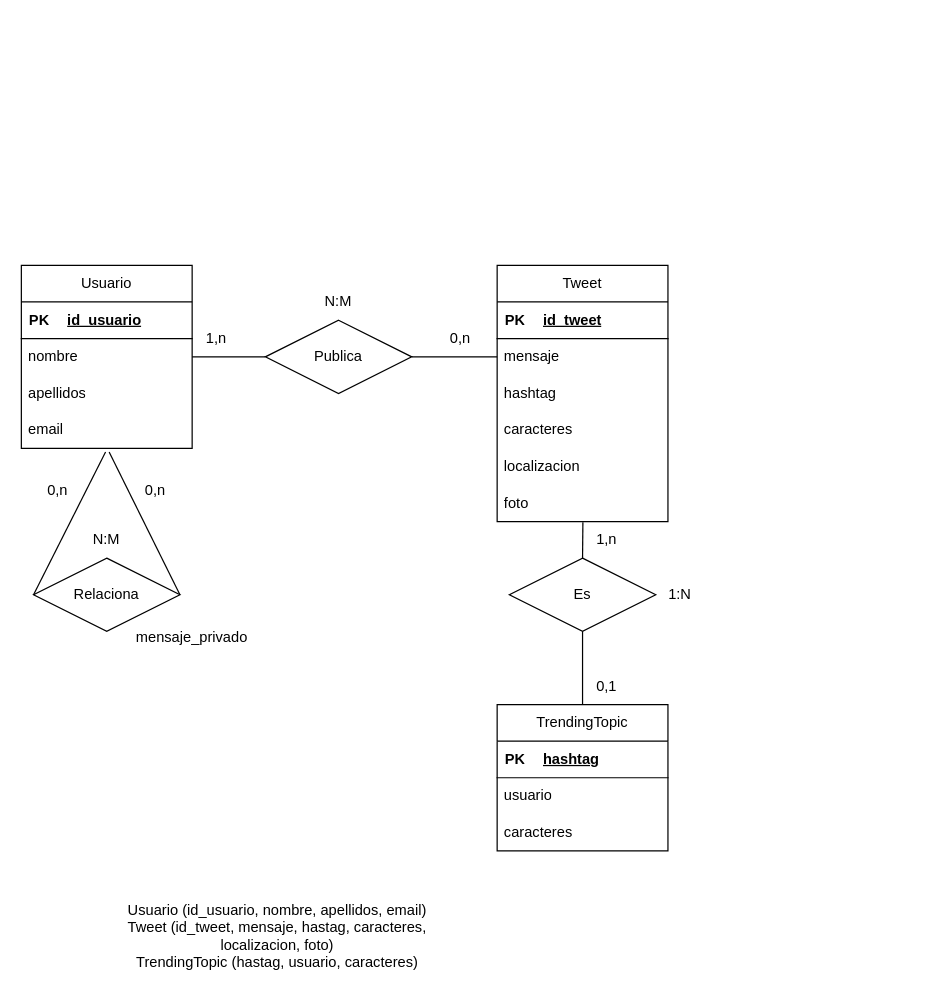
Daninuro/diagrames-cvf-dn-mpl-n-11102023 keeps this draw.io diagram as Ejercicio16.drawio. Above is the earlier version. Source tidied: cells renumbered, new cells numbered last; positions are measured from the earlier drawing's top-left corner, leaving out a move shared by most shapes. Both pictures are drawn from the tidied source at 122%, with x=0, y=0 at pixel (21, 265).
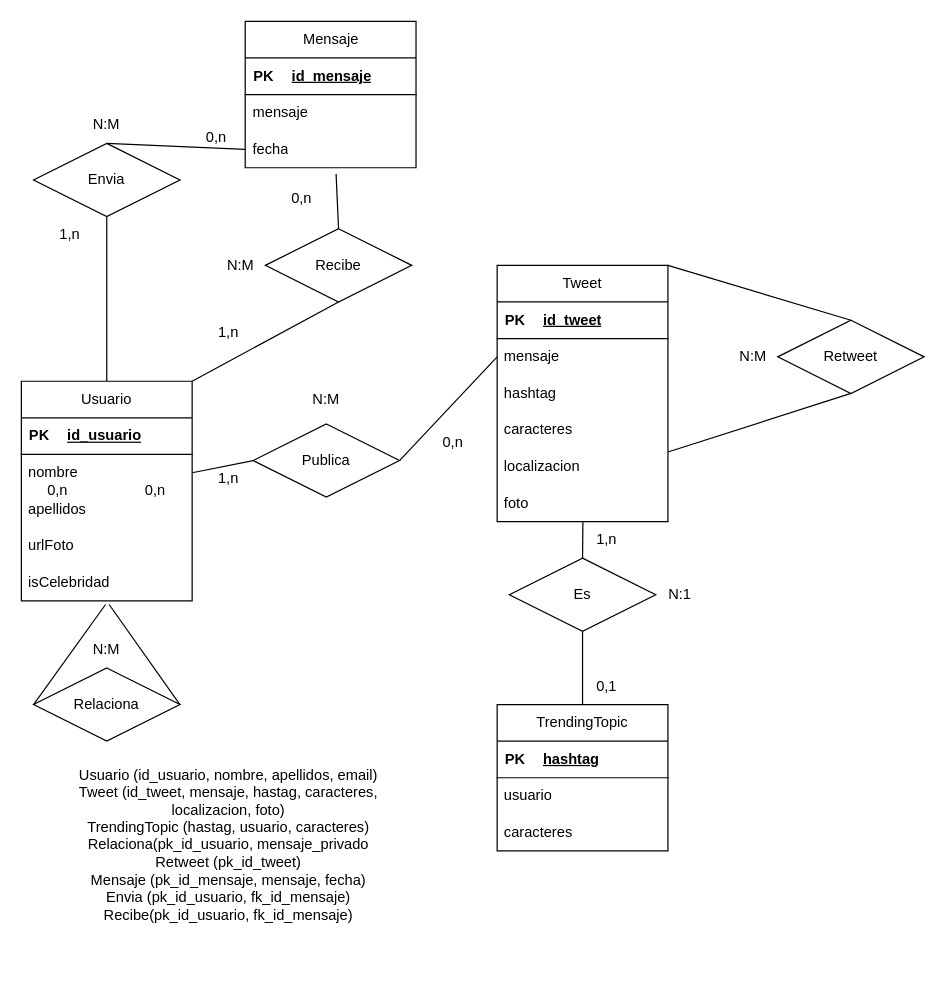
The same page after the edit.

Change to the diagram source:
```diff
@@
     <mxCell id="12" value="Usuario" style="swimlane;fontStyle=0;horizontal=1;startSize=30;whiteSpace=wrap;html=1;" parent="1" vertex="1">
-      <mxGeometry width="140" height="150" as="geometry" />
+      <mxGeometry y="95" width="140" height="180" as="geometry" />
     </mxCell>
@@
+    <mxCell id="47" value="urlFoto" style="text;strokeColor=none;fillColor=none;align=left;verticalAlign=middle;spacingLeft=4;spacingRight=4;overflow=hidden;whiteSpace=wrap;html=1;" parent="12" vertex="1">
+      <mxGeometry y="120" width="140" height="30" as="geometry" />
+    </mxCell>
-    <mxCell id="19" value="email" style="text;strokeColor=none;fillColor=none;align=left;verticalAlign=middle;spacingLeft=4;spacingRight=4;overflow=hidden;points=[[0,0.5],[1,0.5]];portConstraint=eastwest;whiteSpace=wrap;html=1;" parent="12" vertex="1">
-      <mxGeometry y="120" width="140" height="30" as="geometry" />
+    <mxCell id="19" value="isCelebridad" style="text;strokeColor=none;fillColor=none;align=left;verticalAlign=middle;spacingLeft=4;spacingRight=4;overflow=hidden;points=[[0,0.5],[1,0.5]];portConstraint=eastwest;whiteSpace=wrap;html=1;" parent="12" vertex="1">
+      <mxGeometry y="150" width="140" height="30" as="geometry" />
     </mxCell>
@@
     <mxCell id="27" value="Publica" style="shape=rhombus;perimeter=rhombusPerimeter;whiteSpace=wrap;html=1;align=center;" parent="1" vertex="1">
-      <mxGeometry x="200" y="45" width="120" height="60" as="geometry" />
+      <mxGeometry x="190" y="130" width="120" height="60" as="geometry" />
     </mxCell>
@@
     <mxCell id="29" value="Relaciona" style="shape=rhombus;perimeter=rhombusPerimeter;whiteSpace=wrap;html=1;align=center;" parent="1" vertex="1">
-      <mxGeometry x="10" y="240" width="120" height="60" as="geometry" />
+      <mxGeometry x="10" y="330" width="120" height="60" as="geometry" />
     </mxCell>
@@
-    <mxCell id="34" value="mensaje_privado" style="text;html=1;strokeColor=none;fillColor=none;align=center;verticalAlign=middle;whiteSpace=wrap;rounded=0;" parent="1" vertex="1">
-      <mxGeometry x="110" y="290" width="60" height="30" as="geometry" />
-    </mxCell>
@@
     <mxCell id="39" value="1,n" style="text;html=1;strokeColor=none;fillColor=none;align=center;verticalAlign=middle;whiteSpace=wrap;rounded=0;" parent="1" vertex="1">
-      <mxGeometry x="130" y="45" width="60" height="30" as="geometry" />
+      <mxGeometry x="140" y="160" width="60" height="30" as="geometry" />
     </mxCell>
     <mxCell id="40" value="0,n" style="text;html=1;strokeColor=none;fillColor=none;align=center;verticalAlign=middle;whiteSpace=wrap;rounded=0;" parent="1" vertex="1">
-      <mxGeometry x="330" y="45" width="60" height="30" as="geometry" />
+      <mxGeometry x="323.5" y="130" width="60" height="30" as="geometry" />
     </mxCell>
     <mxCell id="41" value="N:M" style="text;html=1;strokeColor=none;fillColor=none;align=center;verticalAlign=middle;whiteSpace=wrap;rounded=0;" parent="1" vertex="1">
-      <mxGeometry x="40" y="210" width="60" height="30" as="geometry" />
+      <mxGeometry x="40" y="300" width="60" height="30" as="geometry" />
     </mxCell>
     <mxCell id="42" value="N:M" style="text;html=1;strokeColor=none;fillColor=none;align=center;verticalAlign=middle;whiteSpace=wrap;rounded=0;" parent="1" vertex="1">
-      <mxGeometry x="230" y="15" width="60" height="30" as="geometry" />
+      <mxGeometry x="220" y="95" width="60" height="30" as="geometry" />
     </mxCell>
@@
-    <mxCell id="45" value="1:N" style="text;html=1;strokeColor=none;fillColor=none;align=center;verticalAlign=middle;whiteSpace=wrap;rounded=0;" parent="1" vertex="1">
+    <mxCell id="45" value="N:1" style="text;html=1;strokeColor=none;fillColor=none;align=center;verticalAlign=middle;whiteSpace=wrap;rounded=0;" parent="1" vertex="1">
       <mxGeometry x="510" y="255" width="60" height="30" as="geometry" />
     </mxCell>
-    <mxCell id="46" value="Usuario (id_usuario, nombre, apellidos, email)&lt;br&gt;Tweet (id_tweet, mensaje, hastag, caracteres, localizacion, foto)&lt;br&gt;TrendingTopic (hastag, usuario, caracteres)" style="text;html=1;strokeColor=none;fillColor=none;align=center;verticalAlign=middle;whiteSpace=wrap;rounded=0;" parent="1" vertex="1">
-      <mxGeometry x="70" y="535" width="280" height="30" as="geometry" />
+    <mxCell id="46" value="Usuario (id_usuario, nombre, apellidos, email)&lt;br&gt;Tweet (id_tweet, mensaje, hastag, caracteres, localizacion, foto)&lt;br&gt;TrendingTopic (hastag, usuario, caracteres)&lt;br&gt;Relaciona(pk_id_usuario, mensaje_privado&lt;br&gt;Retweet (pk_id_tweet)&lt;br&gt;Mensaje (pk_id_mensaje, mensaje, fecha)&lt;br&gt;Envia (pk_id_usuario, fk_id_mensaje)&lt;br&gt;Recibe(pk_id_usuario, fk_id_mensaje)&lt;br style=&quot;border-color: var(--darkreader-border--border-color); --darkreader-inline-border: var(--darkreader-border--darkreader-border--border-color);&quot;&gt;" style="text;html=1;strokeColor=none;fillColor=none;align=center;verticalAlign=middle;whiteSpace=wrap;rounded=0;" parent="1" vertex="1">
+      <mxGeometry x="30" y="460" width="280" height="30" as="geometry" />
     </mxCell>
+    <mxCell id="48" value="Retweet" style="shape=rhombus;perimeter=rhombusPerimeter;whiteSpace=wrap;html=1;align=center;" parent="1" vertex="1">
+      <mxGeometry x="620" y="45" width="120" height="60" as="geometry" />
+    </mxCell>
+    <mxCell id="49" style="endArrow=none;html=1;rounded=0;entryX=0.5;entryY=1;entryDx=0;entryDy=0;exitX=0.514;exitY=1.1;exitDx=0;exitDy=0;exitPerimeter=0;" parent="1" edge="1" target="48">
+      <mxGeometry relative="1" as="geometry">
+        <mxPoint x="530" y="153" as="sourcePoint" />
+      </mxGeometry>
+    </mxCell>
+    <mxCell id="50" style="endArrow=none;html=1;rounded=0;entryX=0.5;entryY=0;entryDx=0;entryDy=0;exitX=0.514;exitY=1.1;exitDx=0;exitDy=0;exitPerimeter=0;" parent="1" edge="1" target="48">
+      <mxGeometry relative="1" as="geometry">
+        <mxPoint x="530" as="sourcePoint" />
+      </mxGeometry>
+    </mxCell>
+    <mxCell id="51" value="N:M" style="text;html=1;strokeColor=none;fillColor=none;align=center;verticalAlign=middle;whiteSpace=wrap;rounded=0;" parent="1" vertex="1">
+      <mxGeometry x="570" y="60" width="60" height="30" as="geometry" />
+    </mxCell>
+    <mxCell id="52" value="Envia" style="shape=rhombus;perimeter=rhombusPerimeter;whiteSpace=wrap;html=1;align=center;" parent="1" vertex="1">
+      <mxGeometry x="10" y="-100" width="120" height="60" as="geometry" />
+    </mxCell>
+    <mxCell id="53" value="Mensaje" style="swimlane;fontStyle=0;horizontal=1;startSize=30;whiteSpace=wrap;html=1;" parent="1" vertex="1">
+      <mxGeometry x="183.5" y="-200" width="140" height="120" as="geometry" />
+    </mxCell>
+    <mxCell id="54" style="shape=table;startSize=0;childLayout=tableLayout;rowLines=0;fontStyle=0;align=center;strokeColor=none;fillColor=none;" parent="53" vertex="1">
+      <mxGeometry y="30" width="140" height="30" as="geometry" />
+    </mxCell>
+    <mxCell id="55" style="shape=tableRow;horizontal=0;startSize=0;swimlaneHead=0;swimlaneBody=0;fillColor=none;top=0;left=0;right=0;bottom=1;" parent="54" vertex="1">
+      <mxGeometry width="140" height="30" as="geometry" />
+    </mxCell>
+    <mxCell id="56" value="PK" style="shape=partialRectangle;fillColor=none;top=0;left=0;bottom=0;right=0;fontStyle=1;overflow=hidden;whiteSpace=wrap;html=1;" parent="55" vertex="1">
+      <mxGeometry width="30" height="30" as="geometry" />
+    </mxCell>
+    <mxCell id="57" value="id_mensaje" style="shape=partialRectangle;fillColor=none;top=0;left=0;bottom=0;right=0;align=left;spacingLeft=6;fontStyle=5;overflow=hidden;whiteSpace=wrap;html=1;" parent="55" vertex="1">
+      <mxGeometry x="30" width="110" height="30" as="geometry" />
+    </mxCell>
+    <mxCell id="58" value="mensaje" style="text;strokeColor=none;fillColor=none;align=left;verticalAlign=middle;spacingLeft=4;spacingRight=4;overflow=hidden;whiteSpace=wrap;html=1;" parent="53" vertex="1">
+      <mxGeometry y="60" width="140" height="30" as="geometry" />
+    </mxCell>
+    <mxCell id="59" value="fecha" style="text;strokeColor=none;fillColor=none;align=left;verticalAlign=middle;spacingLeft=4;spacingRight=4;overflow=hidden;points=[[0,0.5],[1,0.5]];portConstraint=eastwest;whiteSpace=wrap;html=1;" parent="53" vertex="1">
+      <mxGeometry y="90" width="140" height="30" as="geometry" />
+    </mxCell>
+    <mxCell id="60" style="endArrow=none;html=1;rounded=0;entryX=0;entryY=0.5;entryDx=0;entryDy=0;exitX=0.5;exitY=0;exitDx=0;exitDy=0;" parent="1" edge="1" source="12">
+      <mxGeometry relative="1" as="geometry">
+        <mxPoint x="70" y="-40" as="targetPoint" />
+      </mxGeometry>
+    </mxCell>
+    <mxCell id="61" style="endArrow=none;html=1;rounded=0;entryX=0.5;entryY=0;entryDx=0;entryDy=0;exitX=0;exitY=0.5;exitDx=0;exitDy=0;" parent="1" edge="1" source="59" target="52">
+      <mxGeometry relative="1" as="geometry" />
+    </mxCell>
+    <mxCell id="62" value="Recibe" style="shape=rhombus;perimeter=rhombusPerimeter;whiteSpace=wrap;html=1;align=center;" parent="1" vertex="1">
+      <mxGeometry x="200" y="-30" width="120" height="60" as="geometry" />
+    </mxCell>
+    <mxCell id="63" style="endArrow=none;html=1;rounded=0;entryX=0.5;entryY=1;entryDx=0;entryDy=0;exitX=1;exitY=0;exitDx=0;exitDy=0;" parent="1" edge="1" source="12" target="62">
+      <mxGeometry relative="1" as="geometry" />
+    </mxCell>
+    <mxCell id="64" style="endArrow=none;html=1;rounded=0;entryX=0.5;entryY=0;entryDx=0;entryDy=0;exitX=0.532;exitY=1.167;exitDx=0;exitDy=0;exitPerimeter=0;" parent="1" edge="1" source="59" target="62">
+      <mxGeometry relative="1" as="geometry" />
+    </mxCell>
+    <mxCell id="65" value="1,n" style="text;html=1;strokeColor=none;fillColor=none;align=center;verticalAlign=middle;whiteSpace=wrap;rounded=0;" parent="1" vertex="1">
+      <mxGeometry x="10" y="-40" width="60" height="30" as="geometry" />
+    </mxCell>
+    <mxCell id="66" value="0,n" style="text;html=1;strokeColor=none;fillColor=none;align=center;verticalAlign=middle;whiteSpace=wrap;rounded=0;" parent="1" vertex="1">
+      <mxGeometry x="130" y="-120" width="60" height="30" as="geometry" />
+    </mxCell>
+    <mxCell id="67" value="N:M" style="text;html=1;strokeColor=none;fillColor=none;align=center;verticalAlign=middle;whiteSpace=wrap;rounded=0;" parent="1" vertex="1">
+      <mxGeometry x="40" y="-130" width="60" height="30" as="geometry" />
+    </mxCell>
+    <mxCell id="68" value="0,n" style="text;html=1;strokeColor=none;fillColor=none;align=center;verticalAlign=middle;whiteSpace=wrap;rounded=0;" parent="1" vertex="1">
+      <mxGeometry x="200" y="-70" width="60" height="30" as="geometry" />
+    </mxCell>
+    <mxCell id="69" value="1,n" style="text;html=1;strokeColor=none;fillColor=none;align=center;verticalAlign=middle;whiteSpace=wrap;rounded=0;" parent="1" vertex="1">
+      <mxGeometry x="140" y="40" width="60" height="30" as="geometry" />
+    </mxCell>
+    <mxCell id="70" value="N:M" style="text;html=1;strokeColor=none;fillColor=none;align=center;verticalAlign=middle;whiteSpace=wrap;rounded=0;" parent="1" vertex="1">
+      <mxGeometry x="150" y="-15" width="60" height="30" as="geometry" />
+    </mxCell>
```
